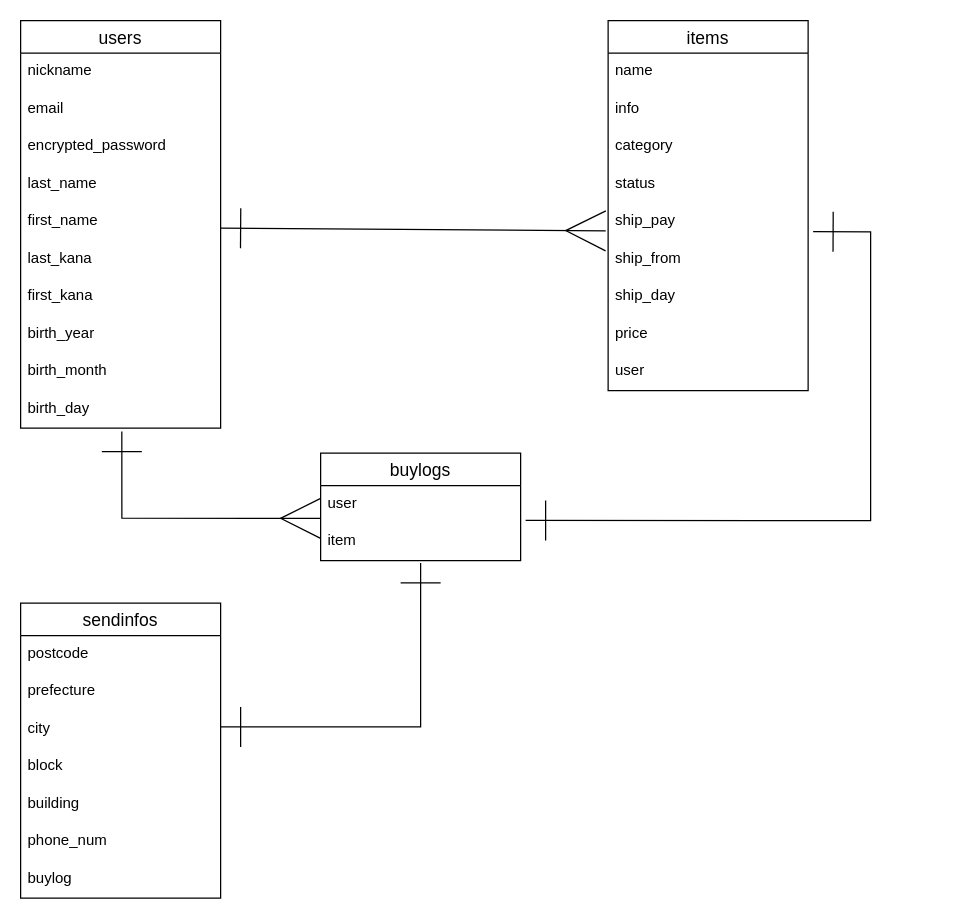
Before: ER.dio in Harada-Yudai/furima-36833, a draw.io diagram. Source tidied: cells renumbered, new cells numbered last; positions are measured from the earlier drawing's top-left corner, leaving out a move shared by most shapes. Both pictures are drawn from the tidied source at 125%, with x=0, y=0 at pixel (20, 20).
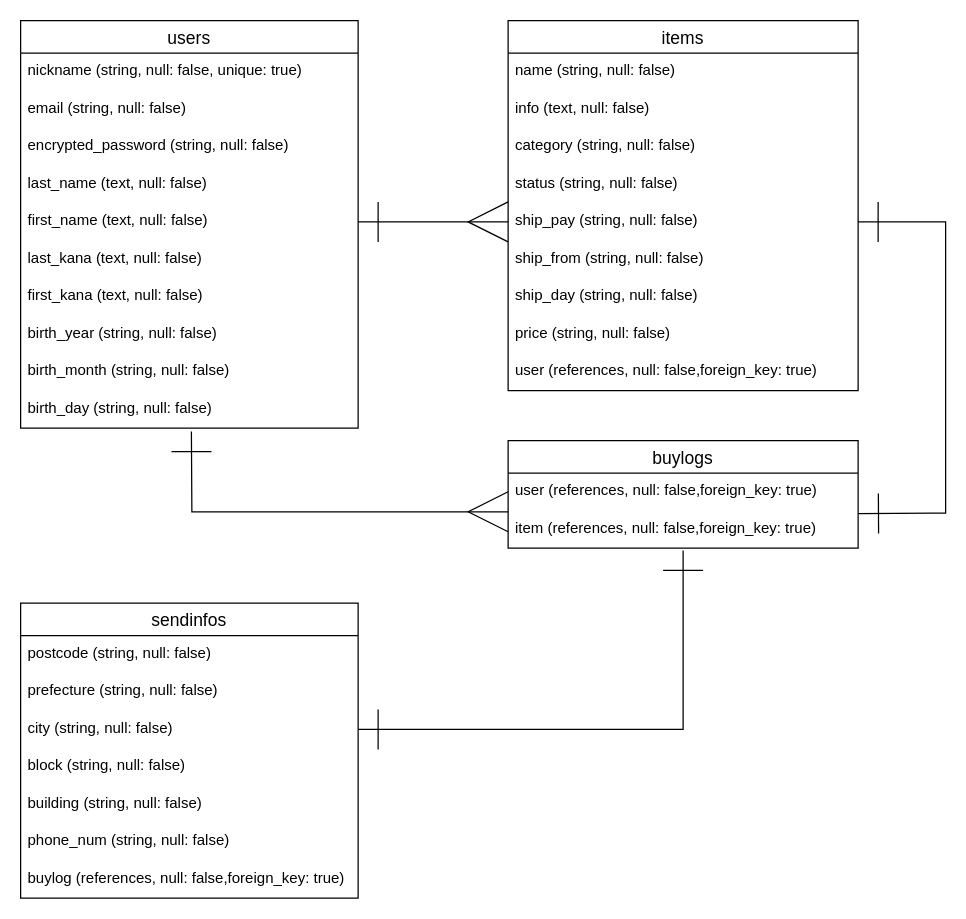
Above is the later version.

Change to the diagram source:
```diff
@@
     <mxCell id="2" value="users" style="swimlane;fontStyle=0;horizontal=1;startSize=26;align=center;fontSize=14;" parent="1" vertex="1">
-      <mxGeometry width="160" height="326" as="geometry" />
+      <mxGeometry width="270" height="326" as="geometry" />
     </mxCell>
-    <mxCell id="3" value="nickname" style="text;strokeColor=none;fillColor=none;spacingLeft=4;spacingRight=4;overflow=hidden;fontSize=12;" parent="2" vertex="1">
-      <mxGeometry y="26" width="160" height="30" as="geometry" />
+    <mxCell id="3" value="nickname (string, null: false, unique: true)" style="text;strokeColor=none;fillColor=none;spacingLeft=4;spacingRight=4;overflow=hidden;fontSize=12;" parent="2" vertex="1">
+      <mxGeometry y="26" width="270" height="30" as="geometry" />
     </mxCell>
-    <mxCell id="4" value="email" style="text;strokeColor=none;fillColor=none;spacingLeft=4;spacingRight=4;overflow=hidden;fontSize=12;" parent="2" vertex="1">
-      <mxGeometry y="56" width="160" height="30" as="geometry" />
+    <mxCell id="4" value="email (string, null: false)" style="text;strokeColor=none;fillColor=none;spacingLeft=4;spacingRight=4;overflow=hidden;fontSize=12;" parent="2" vertex="1">
+      <mxGeometry y="56" width="270" height="30" as="geometry" />
     </mxCell>
-    <mxCell id="5" value=" encrypted_password " style="text;strokeColor=none;fillColor=none;spacingLeft=4;spacingRight=4;overflow=hidden;fontSize=12;" parent="2" vertex="1">
-      <mxGeometry y="86" width="160" height="30" as="geometry" />
+    <mxCell id="5" value=" encrypted_password (string, null: false)" style="text;strokeColor=none;fillColor=none;spacingLeft=4;spacingRight=4;overflow=hidden;fontSize=12;" parent="2" vertex="1">
+      <mxGeometry y="86" width="270" height="30" as="geometry" />
     </mxCell>
-    <mxCell id="6" value="last_name" style="text;strokeColor=none;fillColor=none;spacingLeft=4;spacingRight=4;overflow=hidden;fontSize=12;" parent="2" vertex="1">
-      <mxGeometry y="116" width="160" height="30" as="geometry" />
+    <mxCell id="6" value="last_name (text, null: false)" style="text;strokeColor=none;fillColor=none;spacingLeft=4;spacingRight=4;overflow=hidden;fontSize=12;" parent="2" vertex="1">
+      <mxGeometry y="116" width="270" height="30" as="geometry" />
     </mxCell>
-    <mxCell id="7" value="first_name" style="text;strokeColor=none;fillColor=none;spacingLeft=4;spacingRight=4;overflow=hidden;points=[[0,0.5],[1,0.5]];portConstraint=eastwest;fontSize=12;" parent="2" vertex="1">
-      <mxGeometry y="146" width="160" height="30" as="geometry" />
+    <mxCell id="7" value="first_name (text, null: false)" style="text;strokeColor=none;fillColor=none;spacingLeft=4;spacingRight=4;overflow=hidden;points=[[0,0.5],[1,0.5]];portConstraint=eastwest;fontSize=12;" parent="2" vertex="1">
+      <mxGeometry y="146" width="270" height="30" as="geometry" />
     </mxCell>
-    <mxCell id="8" value="last_kana" style="text;strokeColor=none;fillColor=none;spacingLeft=4;spacingRight=4;overflow=hidden;fontSize=12;" parent="2" vertex="1">
-      <mxGeometry y="176" width="160" height="30" as="geometry" />
+    <mxCell id="8" value="last_kana (text, null: false)" style="text;strokeColor=none;fillColor=none;spacingLeft=4;spacingRight=4;overflow=hidden;fontSize=12;" parent="2" vertex="1">
+      <mxGeometry y="176" width="270" height="30" as="geometry" />
     </mxCell>
-    <mxCell id="9" value="first_kana" style="text;strokeColor=none;fillColor=none;spacingLeft=4;spacingRight=4;overflow=hidden;fontSize=12;" parent="2" vertex="1">
-      <mxGeometry y="206" width="160" height="30" as="geometry" />
+    <mxCell id="9" value="first_kana (text, null: false)" style="text;strokeColor=none;fillColor=none;spacingLeft=4;spacingRight=4;overflow=hidden;fontSize=12;" parent="2" vertex="1">
+      <mxGeometry y="206" width="270" height="30" as="geometry" />
     </mxCell>
-    <mxCell id="10" value="birth_year" style="text;strokeColor=none;fillColor=none;spacingLeft=4;spacingRight=4;overflow=hidden;fontSize=12;" parent="2" vertex="1">
-      <mxGeometry y="236" width="160" height="30" as="geometry" />
+    <mxCell id="10" value="birth_year (string, null: false)" style="text;strokeColor=none;fillColor=none;spacingLeft=4;spacingRight=4;overflow=hidden;fontSize=12;" parent="2" vertex="1">
+      <mxGeometry y="236" width="270" height="30" as="geometry" />
     </mxCell>
-    <mxCell id="11" value="birth_month" style="text;strokeColor=none;fillColor=none;spacingLeft=4;spacingRight=4;overflow=hidden;fontSize=12;" parent="2" vertex="1">
-      <mxGeometry y="266" width="160" height="30" as="geometry" />
+    <mxCell id="11" value="birth_month (string, null: false)" style="text;strokeColor=none;fillColor=none;spacingLeft=4;spacingRight=4;overflow=hidden;fontSize=12;" parent="2" vertex="1">
+      <mxGeometry y="266" width="270" height="30" as="geometry" />
     </mxCell>
-    <mxCell id="12" value="birth_day" style="text;strokeColor=none;fillColor=none;spacingLeft=4;spacingRight=4;overflow=hidden;points=[[0,0.5],[1,0.5]];portConstraint=eastwest;fontSize=12;" parent="2" vertex="1">
-      <mxGeometry y="296" width="160" height="30" as="geometry" />
+    <mxCell id="12" value="birth_day (string, null: false)" style="text;strokeColor=none;fillColor=none;spacingLeft=4;spacingRight=4;overflow=hidden;points=[[0,0.5],[1,0.5]];portConstraint=eastwest;fontSize=12;" parent="2" vertex="1">
+      <mxGeometry y="296" width="270" height="30" as="geometry" />
     </mxCell>
     <mxCell id="13" value="sendinfos" style="swimlane;fontStyle=0;horizontal=1;startSize=26;align=center;fontSize=14;" parent="1" vertex="1">
-      <mxGeometry y="466" width="160" height="236" as="geometry" />
+      <mxGeometry y="466" width="270" height="236" as="geometry" />
     </mxCell>
-    <mxCell id="14" value="postcode" style="text;strokeColor=none;fillColor=none;spacingLeft=4;spacingRight=4;overflow=hidden;fontSize=12;" parent="13" vertex="1">
-      <mxGeometry y="26" width="160" height="30" as="geometry" />
+    <mxCell id="14" value="postcode (string, null: false)" style="text;strokeColor=none;fillColor=none;spacingLeft=4;spacingRight=4;overflow=hidden;fontSize=12;" parent="13" vertex="1">
+      <mxGeometry y="26" width="270" height="30" as="geometry" />
     </mxCell>
-    <mxCell id="15" value="prefecture" style="text;strokeColor=none;fillColor=none;spacingLeft=4;spacingRight=4;overflow=hidden;fontSize=12;" parent="13" vertex="1">
-      <mxGeometry y="56" width="160" height="30" as="geometry" />
+    <mxCell id="15" value="prefecture (string, null: false)" style="text;strokeColor=none;fillColor=none;spacingLeft=4;spacingRight=4;overflow=hidden;fontSize=12;" parent="13" vertex="1">
+      <mxGeometry y="56" width="270" height="30" as="geometry" />
     </mxCell>
-    <mxCell id="16" value="city" style="text;strokeColor=none;fillColor=none;spacingLeft=4;spacingRight=4;overflow=hidden;points=[[0,0.5],[1,0.5]];portConstraint=eastwest;fontSize=12;" parent="13" vertex="1">
-      <mxGeometry y="86" width="160" height="30" as="geometry" />
+    <mxCell id="16" value="city (string, null: false)" style="text;strokeColor=none;fillColor=none;spacingLeft=4;spacingRight=4;overflow=hidden;points=[[0,0.5],[1,0.5]];portConstraint=eastwest;fontSize=12;" parent="13" vertex="1">
+      <mxGeometry y="86" width="270" height="30" as="geometry" />
     </mxCell>
-    <mxCell id="17" value="block" style="text;strokeColor=none;fillColor=none;spacingLeft=4;spacingRight=4;overflow=hidden;fontSize=12;" parent="13" vertex="1">
-      <mxGeometry y="116" width="160" height="30" as="geometry" />
+    <mxCell id="17" value="block (string, null: false)" style="text;strokeColor=none;fillColor=none;spacingLeft=4;spacingRight=4;overflow=hidden;fontSize=12;" parent="13" vertex="1">
+      <mxGeometry y="116" width="270" height="30" as="geometry" />
     </mxCell>
-    <mxCell id="18" value="building" style="text;strokeColor=none;fillColor=none;spacingLeft=4;spacingRight=4;overflow=hidden;fontSize=12;" parent="13" vertex="1">
-      <mxGeometry y="146" width="160" height="30" as="geometry" />
+    <mxCell id="18" value="building (string, null: false)" style="text;strokeColor=none;fillColor=none;spacingLeft=4;spacingRight=4;overflow=hidden;fontSize=12;" parent="13" vertex="1">
+      <mxGeometry y="146" width="270" height="30" as="geometry" />
     </mxCell>
-    <mxCell id="19" value="phone_num" style="text;strokeColor=none;fillColor=none;spacingLeft=4;spacingRight=4;overflow=hidden;fontSize=12;" parent="13" vertex="1">
-      <mxGeometry y="176" width="160" height="30" as="geometry" />
+    <mxCell id="19" value="phone_num (string, null: false)" style="text;strokeColor=none;fillColor=none;spacingLeft=4;spacingRight=4;overflow=hidden;fontSize=12;" parent="13" vertex="1">
+      <mxGeometry y="176" width="270" height="30" as="geometry" />
     </mxCell>
-    <mxCell id="20" value="buylog" style="text;strokeColor=none;fillColor=none;spacingLeft=4;spacingRight=4;overflow=hidden;fontSize=12;" parent="13" vertex="1">
-      <mxGeometry y="206" width="160" height="30" as="geometry" />
+    <mxCell id="20" value="buylog (references, null: false,foreign_key: true)" style="text;strokeColor=none;fillColor=none;spacingLeft=4;spacingRight=4;overflow=hidden;fontSize=12;" parent="13" vertex="1">
+      <mxGeometry y="206" width="270" height="30" as="geometry" />
     </mxCell>
     <mxCell id="21" value="buylogs" style="swimlane;fontStyle=0;horizontal=1;startSize=26;align=center;fontSize=14;" parent="1" vertex="1">
-      <mxGeometry x="240" y="346" width="160" height="86" as="geometry" />
+      <mxGeometry x="390" y="336" width="280" height="86" as="geometry" />
     </mxCell>
-    <mxCell id="22" value="user" style="text;strokeColor=none;fillColor=none;spacingLeft=4;spacingRight=4;overflow=hidden;points=[[0,0.5],[1,0.5]];portConstraint=eastwest;fontSize=12;" parent="21" vertex="1">
-      <mxGeometry y="26" width="160" height="30" as="geometry" />
+    <mxCell id="22" value="user (references, null: false,foreign_key: true)" style="text;strokeColor=none;fillColor=none;spacingLeft=4;spacingRight=4;overflow=hidden;points=[[0,0.5],[1,0.5]];portConstraint=eastwest;fontSize=12;" parent="21" vertex="1">
+      <mxGeometry y="26" width="280" height="30" as="geometry" />
     </mxCell>
-    <mxCell id="23" value="item" style="text;strokeColor=none;fillColor=none;spacingLeft=4;spacingRight=4;overflow=hidden;points=[[0,0.5],[1,0.5]];portConstraint=eastwest;fontSize=12;" parent="21" vertex="1">
-      <mxGeometry y="56" width="160" height="30" as="geometry" />
+    <mxCell id="23" value="item (references, null: false,foreign_key: true)" style="text;strokeColor=none;fillColor=none;spacingLeft=4;spacingRight=4;overflow=hidden;points=[[0,0.5],[1,0.5]];portConstraint=eastwest;fontSize=12;" parent="21" vertex="1">
+      <mxGeometry y="56" width="280" height="30" as="geometry" />
     </mxCell>
     <mxCell id="24" value="items" style="swimlane;fontStyle=0;horizontal=1;startSize=26;align=center;fontSize=14;" parent="1" vertex="1">
-      <mxGeometry x="470" width="160" height="296" as="geometry" />
+      <mxGeometry x="390" width="280" height="296" as="geometry" />
     </mxCell>
-    <mxCell id="25" value="name" style="text;strokeColor=none;fillColor=none;spacingLeft=4;spacingRight=4;overflow=hidden;fontSize=12;" parent="24" vertex="1">
-      <mxGeometry y="26" width="160" height="30" as="geometry" />
+    <mxCell id="25" value="name (string, null: false)" style="text;strokeColor=none;fillColor=none;spacingLeft=4;spacingRight=4;overflow=hidden;fontSize=12;" parent="24" vertex="1">
+      <mxGeometry y="26" width="280" height="30" as="geometry" />
     </mxCell>
-    <mxCell id="26" value="info" style="text;strokeColor=none;fillColor=none;spacingLeft=4;spacingRight=4;overflow=hidden;fontSize=12;" parent="24" vertex="1">
-      <mxGeometry y="56" width="160" height="30" as="geometry" />
+    <mxCell id="26" value="info (text, null: false)" style="text;strokeColor=none;fillColor=none;spacingLeft=4;spacingRight=4;overflow=hidden;fontSize=12;" parent="24" vertex="1">
+      <mxGeometry y="56" width="280" height="30" as="geometry" />
     </mxCell>
-    <mxCell id="27" value="category" style="text;strokeColor=none;fillColor=none;spacingLeft=4;spacingRight=4;overflow=hidden;fontSize=12;" parent="24" vertex="1">
-      <mxGeometry y="86" width="160" height="30" as="geometry" />
+    <mxCell id="27" value="category (string, null: false)" style="text;strokeColor=none;fillColor=none;spacingLeft=4;spacingRight=4;overflow=hidden;fontSize=12;" parent="24" vertex="1">
+      <mxGeometry y="86" width="280" height="30" as="geometry" />
     </mxCell>
-    <mxCell id="28" value="status" style="text;strokeColor=none;fillColor=none;spacingLeft=4;spacingRight=4;overflow=hidden;fontSize=12;" parent="24" vertex="1">
-      <mxGeometry y="116" width="160" height="30" as="geometry" />
+    <mxCell id="28" value="status (string, null: false)" style="text;strokeColor=none;fillColor=none;spacingLeft=4;spacingRight=4;overflow=hidden;fontSize=12;" parent="24" vertex="1">
+      <mxGeometry y="116" width="280" height="30" as="geometry" />
     </mxCell>
-    <mxCell id="29" value="ship_pay" style="text;strokeColor=none;fillColor=none;spacingLeft=4;spacingRight=4;overflow=hidden;points=[[0,0.5],[1,0.5]];portConstraint=eastwest;fontSize=12;" parent="24" vertex="1">
-      <mxGeometry y="146" width="160" height="30" as="geometry" />
+    <mxCell id="29" value="ship_pay (string, null: false)" style="text;strokeColor=none;fillColor=none;spacingLeft=4;spacingRight=4;overflow=hidden;points=[[0,0.5],[1,0.5]];portConstraint=eastwest;fontSize=12;" parent="24" vertex="1">
+      <mxGeometry y="146" width="280" height="30" as="geometry" />
     </mxCell>
-    <mxCell id="30" value="ship_from" style="text;strokeColor=none;fillColor=none;spacingLeft=4;spacingRight=4;overflow=hidden;fontSize=12;" parent="24" vertex="1">
-      <mxGeometry y="176" width="160" height="30" as="geometry" />
+    <mxCell id="30" value="ship_from (string, null: false)" style="text;strokeColor=none;fillColor=none;spacingLeft=4;spacingRight=4;overflow=hidden;fontSize=12;" parent="24" vertex="1">
+      <mxGeometry y="176" width="280" height="30" as="geometry" />
     </mxCell>
-    <mxCell id="31" value="ship_day" style="text;strokeColor=none;fillColor=none;spacingLeft=4;spacingRight=4;overflow=hidden;fontSize=12;" parent="24" vertex="1">
-      <mxGeometry y="206" width="160" height="30" as="geometry" />
+    <mxCell id="31" value="ship_day (string, null: false)" style="text;strokeColor=none;fillColor=none;spacingLeft=4;spacingRight=4;overflow=hidden;fontSize=12;" parent="24" vertex="1">
+      <mxGeometry y="206" width="280" height="30" as="geometry" />
     </mxCell>
-    <mxCell id="32" value="price" style="text;strokeColor=none;fillColor=none;spacingLeft=4;spacingRight=4;overflow=hidden;fontSize=12;" parent="24" vertex="1">
-      <mxGeometry y="236" width="160" height="30" as="geometry" />
+    <mxCell id="32" value="price (string, null: false)" style="text;strokeColor=none;fillColor=none;spacingLeft=4;spacingRight=4;overflow=hidden;fontSize=12;" parent="24" vertex="1">
+      <mxGeometry y="236" width="280" height="30" as="geometry" />
     </mxCell>
-    <mxCell id="33" value="user" style="text;strokeColor=none;fillColor=none;spacingLeft=4;spacingRight=4;overflow=hidden;fontSize=12;" parent="24" vertex="1">
-      <mxGeometry y="266" width="160" height="30" as="geometry" />
+    <mxCell id="33" value="user (references, null: false,foreign_key: true)" style="text;strokeColor=none;fillColor=none;spacingLeft=4;spacingRight=4;overflow=hidden;fontSize=12;" parent="24" vertex="1">
+      <mxGeometry y="266" width="280" height="30" as="geometry" />
     </mxCell>
-    <mxCell id="34" style="endArrow=ERmany;html=1;rounded=0;entryX=-0.012;entryY=0.74;entryDx=0;entryDy=0;entryPerimeter=0;endFill=0;startSize=30;startArrow=ERone;startFill=0;endSize=30;" parent="1" edge="1" target="29">
-      <mxGeometry relative="1" as="geometry">
-        <mxPoint x="160" y="166" as="sourcePoint" />
-      </mxGeometry>
+    <mxCell id="34" style="endArrow=ERmany;html=1;rounded=0;endFill=0;startSize=30;startArrow=ERone;startFill=0;endSize=30;exitX=1;exitY=0.5;exitDx=0;exitDy=0;entryX=0;entryY=0.5;entryDx=0;entryDy=0;" parent="1" edge="1" source="7" target="29">
+      <mxGeometry relative="1" as="geometry" />
     </mxCell>
-    <mxCell id="35" style="endArrow=ERmany;html=1;rounded=0;entryX=-0.012;entryY=0.74;entryDx=0;entryDy=0;entryPerimeter=0;endFill=0;startSize=30;startArrow=ERone;startFill=0;endSize=30;exitX=0.506;exitY=1.093;exitDx=0;exitDy=0;exitPerimeter=0;" parent="1" edge="1" source="12">
+    <mxCell id="35" style="endArrow=ERmany;html=1;rounded=0;entryX=0;entryY=0.031;entryDx=0;entryDy=0;entryPerimeter=0;endFill=0;startSize=30;startArrow=ERone;startFill=0;endSize=30;exitX=0.506;exitY=1.093;exitDx=0;exitDy=0;exitPerimeter=0;" parent="1" edge="1" source="12" target="23">
       <mxGeometry relative="1" as="geometry">
-        <mxPoint x="240" y="398.2" as="targetPoint" />
         <Array as="points">
-          <mxPoint x="81" y="398" />
+          <mxPoint x="137" y="393" />
+          <mxPoint x="210" y="393" />
         </Array>
       </mxGeometry>
     </mxCell>
-    <mxCell id="36" style="endArrow=ERone;html=1;rounded=0;endFill=0;startSize=30;startArrow=ERone;startFill=0;endSize=30;exitX=1.025;exitY=0.76;exitDx=0;exitDy=0;exitPerimeter=0;entryX=1.025;entryY=0.927;entryDx=0;entryDy=0;entryPerimeter=0;sourcePerimeterSpacing=0;" parent="1" edge="1" source="29" target="22">
+    <mxCell id="36" style="endArrow=ERone;html=1;rounded=0;endFill=0;startSize=30;startArrow=ERone;startFill=0;endSize=30;entryX=1.001;entryY=1.078;entryDx=0;entryDy=0;entryPerimeter=0;sourcePerimeterSpacing=0;exitX=1;exitY=0.5;exitDx=0;exitDy=0;" parent="1" edge="1" source="29" target="22">
       <mxGeometry relative="1" as="geometry">
         <Array as="points">
-          <mxPoint x="680" y="169" />
-          <mxPoint x="680" y="286" />
-          <mxPoint x="680" y="400" />
+          <mxPoint x="730" y="161" />
+          <mxPoint x="740" y="161" />
+          <mxPoint x="740" y="394" />
+          <mxPoint x="730" y="394" />
         </Array>
       </mxGeometry>
     </mxCell>
-    <mxCell id="37" style="endArrow=ERone;html=1;rounded=0;entryX=0.5;entryY=1.06;entryDx=0;entryDy=0;entryPerimeter=0;endFill=0;startSize=30;startArrow=ERone;startFill=0;endSize=30;" parent="1" edge="1" target="23">
+    <mxCell id="37" style="endArrow=ERone;html=1;rounded=0;entryX=0.5;entryY=1.06;entryDx=0;entryDy=0;entryPerimeter=0;endFill=0;startSize=30;startArrow=ERone;startFill=0;endSize=30;exitX=1;exitY=0.5;exitDx=0;exitDy=0;" parent="1" edge="1" source="16" target="23">
       <mxGeometry relative="1" as="geometry">
-        <mxPoint x="160" y="565" as="sourcePoint" />
         <Array as="points">
-          <mxPoint x="320" y="565" />
+          <mxPoint x="530" y="567" />
         </Array>
       </mxGeometry>
     </mxCell>
```
